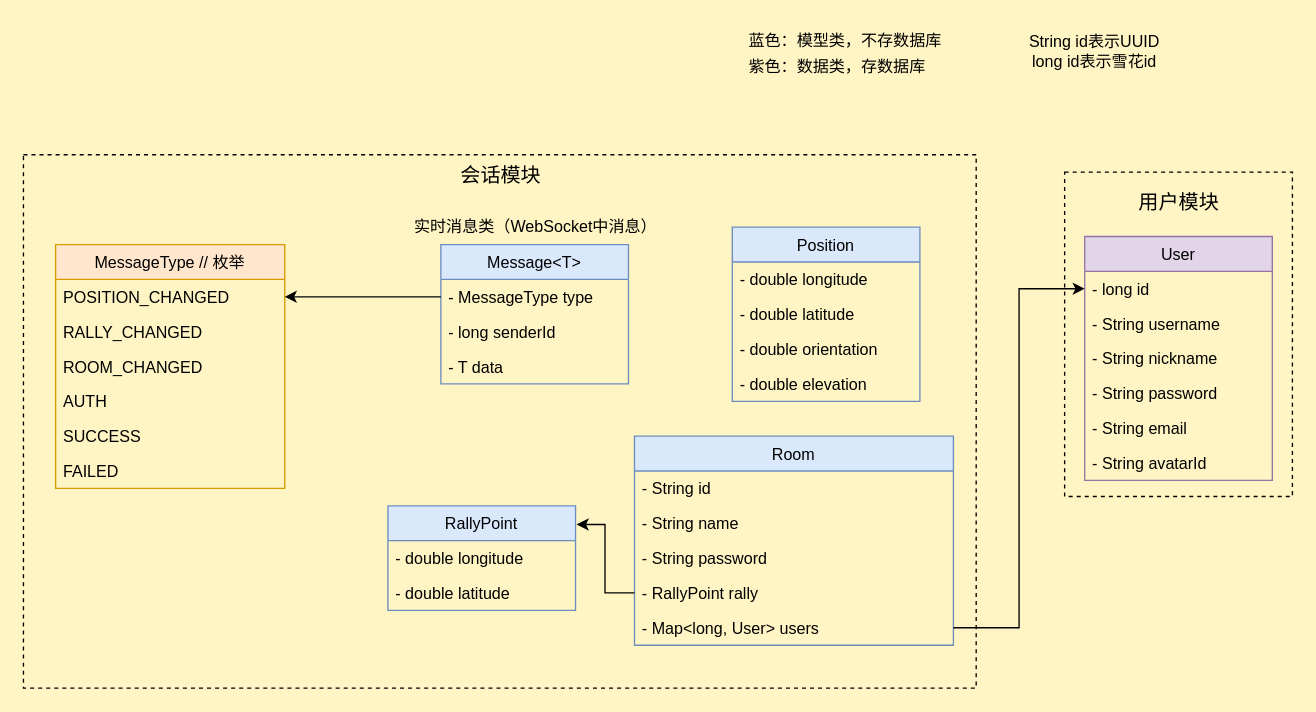
Before: page "类图" (1 of 4) of findMe-UML.dio in swsk33/find-me-cloud, a draw.io diagram. Source tidied: cells renumbered, new cells numbered last; positions are measured from the earlier drawing's top-left corner, leaving out a move shared by most shapes. Both pictures are drawn from the tidied source at 134%, with x=0, y=0 at pixel (23, 23).
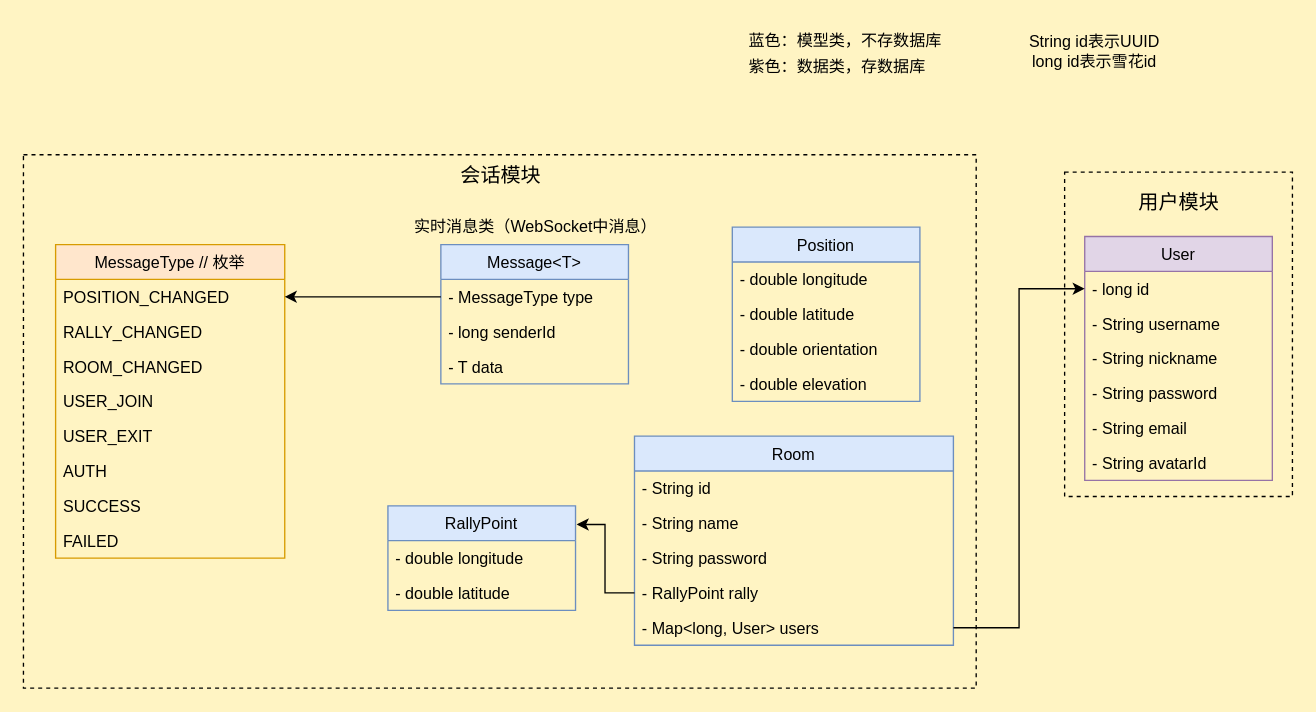
After the change.

The edit, as a diff of the source:
```diff
@@
     <mxCell id="38" value="MessageType // 枚举" style="swimlane;fontStyle=0;horizontal=1;startSize=26;fillColor=#ffe6cc;strokeColor=#d79b00;" parent="1" vertex="1">
-      <mxGeometry x="24" y="165" width="171" height="182" as="geometry" />
+      <mxGeometry x="24" y="165" width="171" height="234" as="geometry" />
     </mxCell>
@@
+    <mxCell id="46" value="USER_JOIN" style="text;strokeColor=none;fillColor=none;align=left;verticalAlign=top;spacingLeft=4;spacingRight=4;overflow=hidden;" parent="38" vertex="1">
+      <mxGeometry y="104" width="171" height="26" as="geometry" />
+    </mxCell>
+    <mxCell id="47" value="USER_EXIT" style="text;strokeColor=none;fillColor=none;align=left;verticalAlign=top;spacingLeft=4;spacingRight=4;overflow=hidden;" parent="38" vertex="1">
+      <mxGeometry y="130" width="171" height="26" as="geometry" />
+    </mxCell>
     <mxCell id="42" value="AUTH" style="text;strokeColor=none;fillColor=none;align=left;verticalAlign=top;spacingLeft=4;spacingRight=4;overflow=hidden;" parent="38" vertex="1">
-      <mxGeometry y="104" width="171" height="26" as="geometry" />
+      <mxGeometry y="156" width="171" height="26" as="geometry" />
     </mxCell>
     <mxCell id="43" value="SUCCESS" style="text;strokeColor=none;fillColor=none;align=left;verticalAlign=top;spacingLeft=4;spacingRight=4;overflow=hidden;" parent="38" vertex="1">
-      <mxGeometry y="130" width="171" height="26" as="geometry" />
+      <mxGeometry y="182" width="171" height="26" as="geometry" />
     </mxCell>
     <mxCell id="44" value="FAILED" style="text;strokeColor=none;fillColor=none;align=left;verticalAlign=top;spacingLeft=4;spacingRight=4;overflow=hidden;" parent="38" vertex="1">
-      <mxGeometry y="156" width="171" height="26" as="geometry" />
+      <mxGeometry y="208" width="171" height="26" as="geometry" />
     </mxCell>
```
